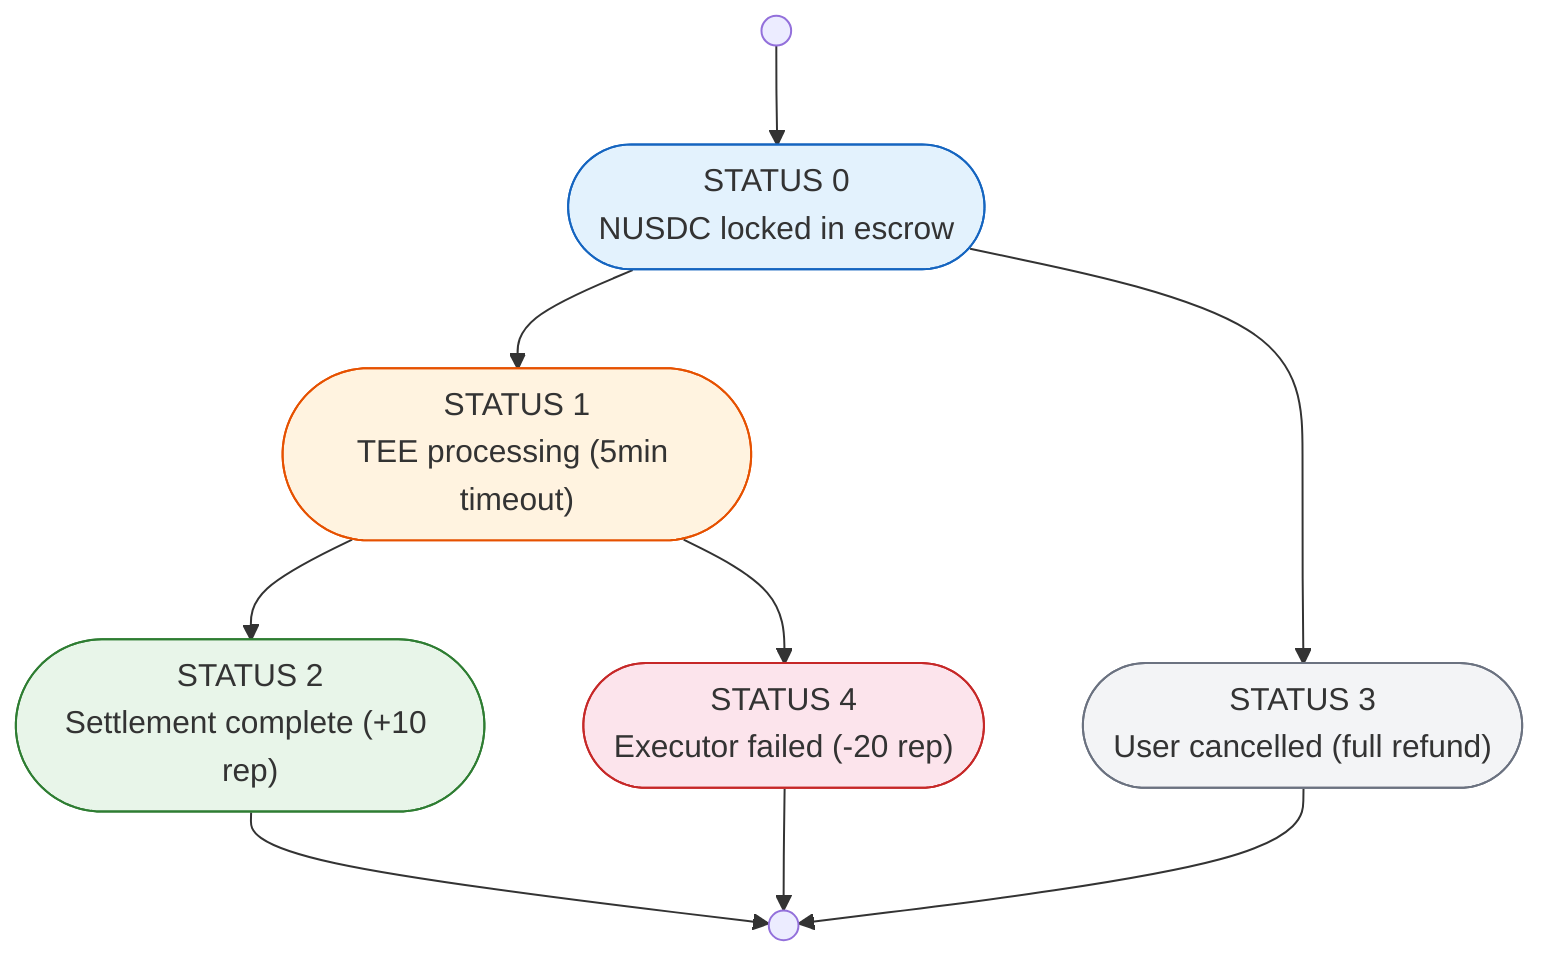
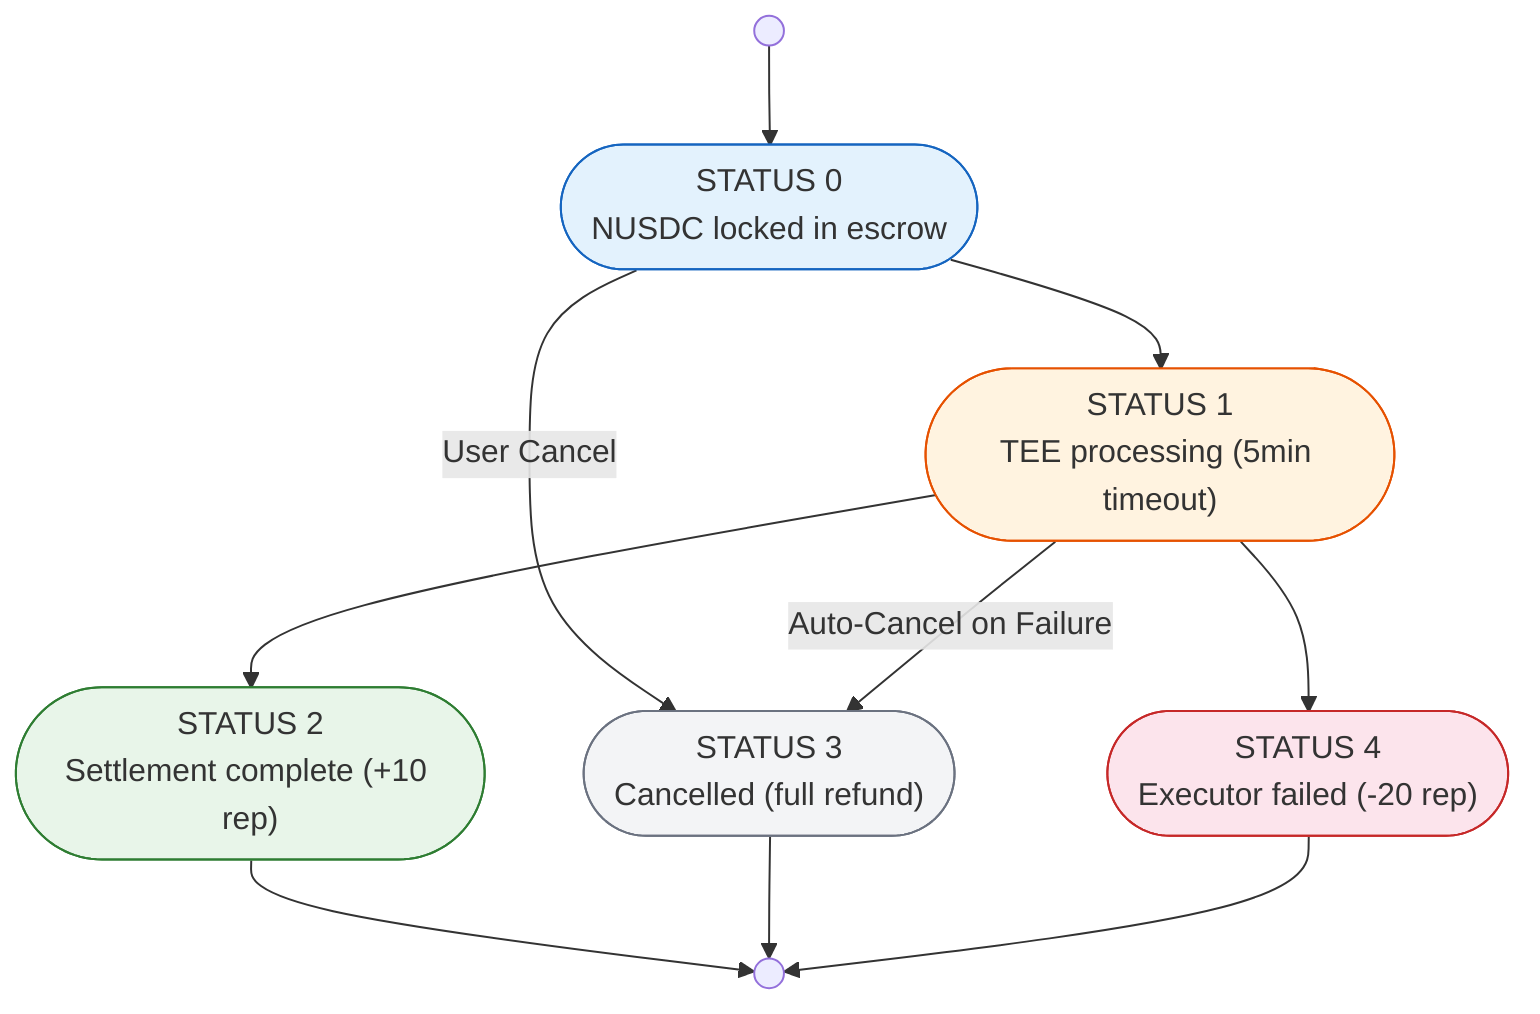
flowchart TD
    Start(( )) --> Pending
    Pending --> Executing
-     Pending --> Cancelled
+     Pending -->|"User Cancel"| Cancelled
    Executing --> Completed
+     Executing -->|"Auto-Cancel on Failure"| Cancelled
    Executing --> TimedOut
    Completed --> End(( ))
    Cancelled --> End
    TimedOut --> End

    Pending(["STATUS 0<br/>NUSDC locked in escrow"])
    Executing(["STATUS 1<br/>TEE processing (5min timeout)"])
    Completed(["STATUS 2<br/>Settlement complete (+10 rep)"])
-     Cancelled(["STATUS 3<br/>User cancelled (full refund)"])
+     Cancelled(["STATUS 3<br/>Cancelled (full refund)"])
    TimedOut(["STATUS 4<br/>Executor failed (-20 rep)"])

    style Pending fill:#e3f2fd,stroke:#1565c0
    style Executing fill:#fff3e0,stroke:#e65100
    style Completed fill:#e8f5e9,stroke:#2e7d32
    style Cancelled fill:#f3f4f6,stroke:#6b7280
    style TimedOut fill:#fce4ec,stroke:#c62828
